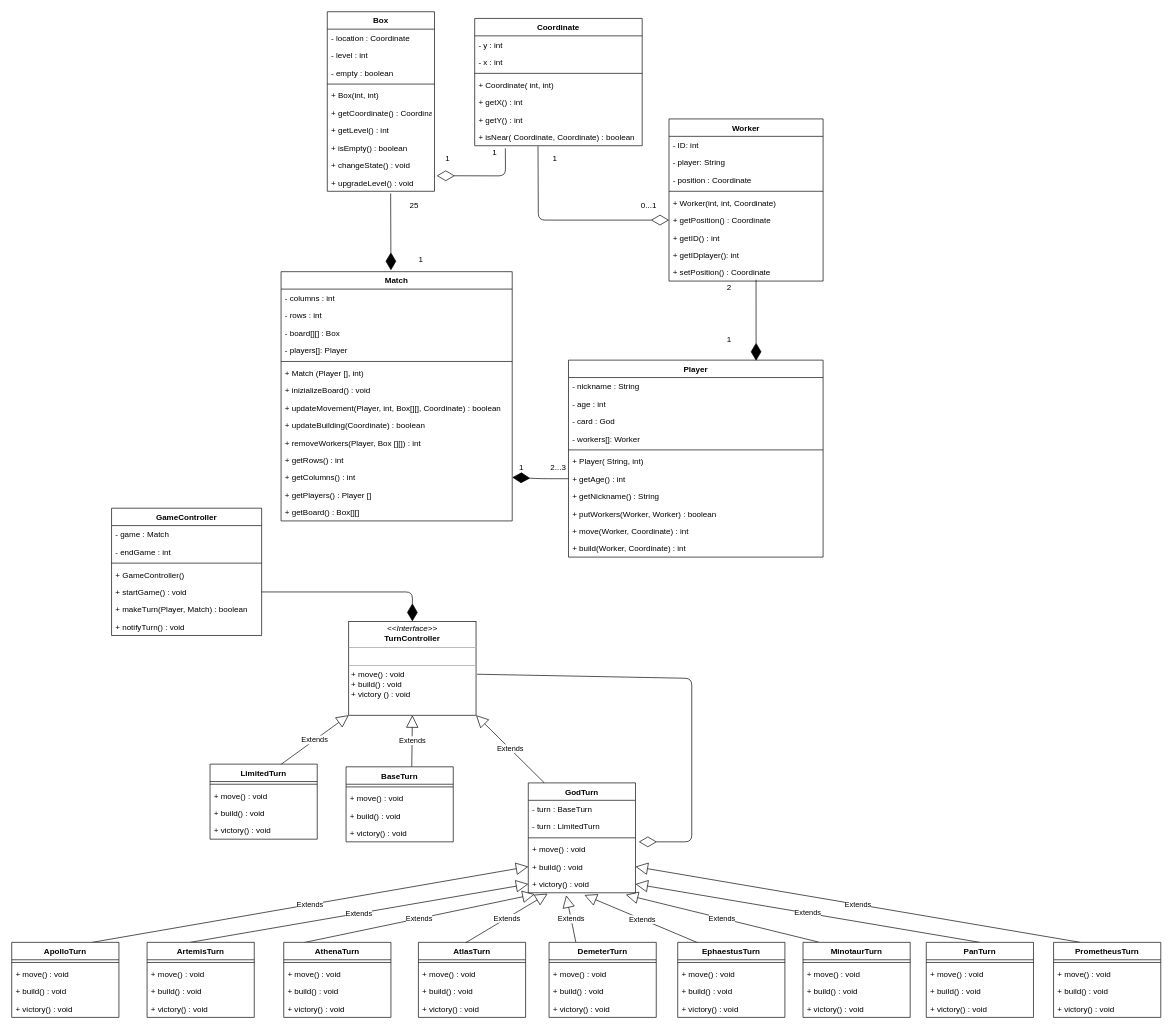
Before: UMLproject.drawio in MancoCarlo/MultiplayerGame_Santorini, a draw.io diagram. Source tidied: cells renumbered, new cells numbered last; positions are measured from the earlier drawing's top-left corner, leaving out a move shared by most shapes. Both pictures are drawn from the tidied source at 67%, with x=0, y=0 at pixel (11, 11).
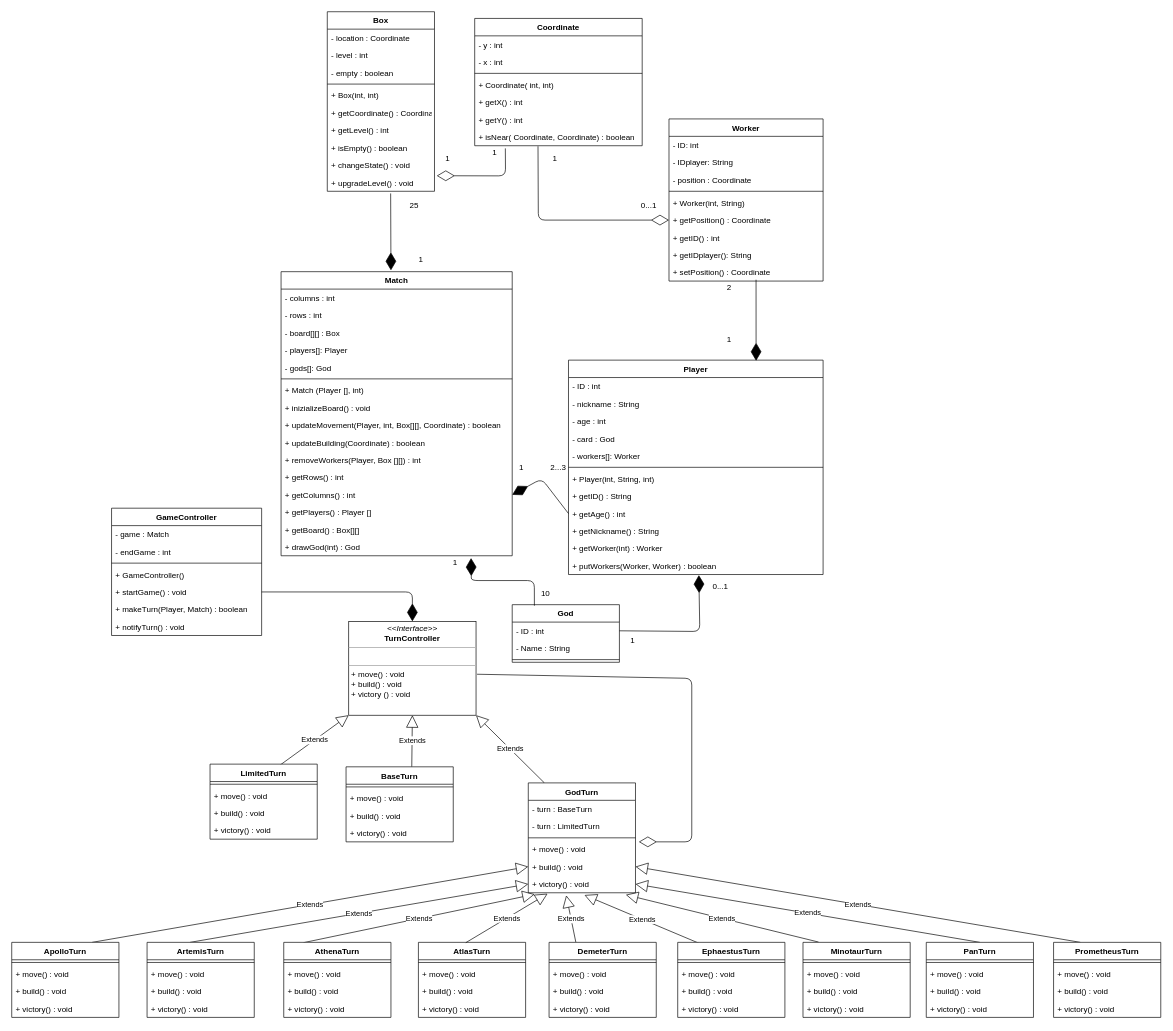
The same diagram, later.

The change refers to these unchanged cells:
```xml
<mxCell id="18" value="Worker" style="swimlane;fontStyle=1;align=center;verticalAlign=top;horizontal=1;startSize=26;fillColor=none;" parent="1" vertex="1">
  <mxGeometry x="981" y="160" width="230" height="242" as="geometry" />
</mxCell>
```

Change to the diagram source:
```diff
@@
-    <mxCell id="20" value="- player: String&#10;" style="text;strokeColor=none;fillColor=none;align=left;verticalAlign=top;spacingLeft=4;spacingRight=4;overflow=hidden;" parent="18" vertex="1">
+    <mxCell id="20" value="- IDplayer: String&#10;" style="text;strokeColor=none;fillColor=none;align=left;verticalAlign=top;spacingLeft=4;spacingRight=4;overflow=hidden;" parent="18" vertex="1">
       <mxGeometry y="52" width="230" height="26" as="geometry" />
     </mxCell>
@@
-    <mxCell id="23" value="+ Worker(int, int, Coordinate)" style="text;strokeColor=none;fillColor=none;align=left;verticalAlign=top;spacingLeft=4;spacingRight=4;overflow=hidden;" parent="18" vertex="1">
+    <mxCell id="23" value="+ Worker(int, String)" style="text;strokeColor=none;fillColor=none;align=left;verticalAlign=top;spacingLeft=4;spacingRight=4;overflow=hidden;" parent="18" vertex="1">
       <mxGeometry y="112" width="230" height="26" as="geometry" />
     </mxCell>
@@
-    <mxCell id="26" value="+ getIDplayer(): int" style="text;strokeColor=none;fillColor=none;align=left;verticalAlign=top;spacingLeft=4;spacingRight=4;overflow=hidden;" parent="18" vertex="1">
+    <mxCell id="26" value="+ getIDplayer(): String" style="text;strokeColor=none;fillColor=none;align=left;verticalAlign=top;spacingLeft=4;spacingRight=4;overflow=hidden;" parent="18" vertex="1">
       <mxGeometry y="190" width="230" height="26" as="geometry" />
     </mxCell>
@@
     <mxCell id="36" value="Player" style="swimlane;fontStyle=1;align=center;verticalAlign=top;horizontal=1;startSize=26;fillColor=none;" parent="1" vertex="1">
-      <mxGeometry x="831" y="520" width="380" height="294" as="geometry" />
+      <mxGeometry x="831" y="520" width="380" height="320" as="geometry" />
     </mxCell>
+    <mxCell id="158" value="- ID : int " style="text;strokeColor=none;fillColor=none;align=left;verticalAlign=top;spacingLeft=4;spacingRight=4;overflow=hidden;" parent="36" vertex="1">
+      <mxGeometry y="26" width="380" height="26" as="geometry" />
+    </mxCell>
     <mxCell id="37" value="- nickname : String" style="text;strokeColor=none;fillColor=none;align=left;verticalAlign=top;spacingLeft=4;spacingRight=4;overflow=hidden;" parent="36" vertex="1">
-      <mxGeometry y="26" width="380" height="26" as="geometry" />
+      <mxGeometry y="52" width="380" height="26" as="geometry" />
     </mxCell>
     <mxCell id="38" value="- age : int " style="text;strokeColor=none;fillColor=none;align=left;verticalAlign=top;spacingLeft=4;spacingRight=4;overflow=hidden;" parent="36" vertex="1">
-      <mxGeometry y="52" width="380" height="26" as="geometry" />
+      <mxGeometry y="78" width="380" height="26" as="geometry" />
     </mxCell>
     <mxCell id="39" value="- card : God" style="text;strokeColor=none;fillColor=none;align=left;verticalAlign=top;spacingLeft=4;spacingRight=4;overflow=hidden;" parent="36" vertex="1">
-      <mxGeometry y="78" width="380" height="26" as="geometry" />
+      <mxGeometry y="104" width="380" height="26" as="geometry" />
     </mxCell>
     <mxCell id="40" value="- workers[]: Worker" style="text;strokeColor=none;fillColor=none;align=left;verticalAlign=top;spacingLeft=4;spacingRight=4;overflow=hidden;" parent="36" vertex="1">
-      <mxGeometry y="104" width="380" height="26" as="geometry" />
+      <mxGeometry y="130" width="380" height="26" as="geometry" />
     </mxCell>
     <mxCell id="41" style="line;strokeWidth=1;fillColor=none;align=left;verticalAlign=middle;spacingTop=-1;spacingLeft=3;spacingRight=3;labelPosition=right;" parent="36" vertex="1">
-      <mxGeometry y="130" width="380" height="8" as="geometry" />
+      <mxGeometry y="156" width="380" height="8" as="geometry" />
     </mxCell>
-    <mxCell id="42" value="+ Player( String, int) " style="text;strokeColor=none;fillColor=none;align=left;verticalAlign=top;spacingLeft=4;spacingRight=4;overflow=hidden;" parent="36" vertex="1">
-      <mxGeometry y="138" width="380" height="26" as="geometry" />
+    <mxCell id="42" value="+ Player(int, String, int) " style="text;strokeColor=none;fillColor=none;align=left;verticalAlign=top;spacingLeft=4;spacingRight=4;overflow=hidden;" parent="36" vertex="1">
+      <mxGeometry y="164" width="380" height="26" as="geometry" />
     </mxCell>
+    <mxCell id="159" value="+ getID() : String" style="text;strokeColor=none;fillColor=none;align=left;verticalAlign=top;spacingLeft=4;spacingRight=4;overflow=hidden;" parent="36" vertex="1">
+      <mxGeometry y="190" width="380" height="26" as="geometry" />
+    </mxCell>
     <mxCell id="43" value="+ getAge() : int" style="text;strokeColor=none;fillColor=none;align=left;verticalAlign=top;spacingLeft=4;spacingRight=4;overflow=hidden;points=[[0,0.5],[1,0.5]];portConstraint=eastwest;" parent="36" vertex="1">
-      <mxGeometry y="164" width="380" height="26" as="geometry" />
+      <mxGeometry y="216" width="380" height="26" as="geometry" />
     </mxCell>
     <mxCell id="44" value="+ getNickname() : String" style="text;strokeColor=none;fillColor=none;align=left;verticalAlign=top;spacingLeft=4;spacingRight=4;overflow=hidden;" parent="36" vertex="1">
-      <mxGeometry y="190" width="380" height="26" as="geometry" />
+      <mxGeometry y="242" width="380" height="26" as="geometry" />
     </mxCell>
+    <mxCell id="160" value="+ getWorker(int) : Worker " style="text;strokeColor=none;fillColor=none;align=left;verticalAlign=top;spacingLeft=4;spacingRight=4;overflow=hidden;" parent="36" vertex="1">
+      <mxGeometry y="268" width="380" height="26" as="geometry" />
+    </mxCell>
     <mxCell id="45" value="+ putWorkers(Worker, Worker) : boolean " style="text;strokeColor=none;fillColor=none;align=left;verticalAlign=top;spacingLeft=4;spacingRight=4;overflow=hidden;points=[[0,0.5],[1,0.5]];portConstraint=eastwest;" parent="36" vertex="1">
-      <mxGeometry y="216" width="380" height="26" as="geometry" />
+      <mxGeometry y="294" width="380" height="26" as="geometry" />
     </mxCell>
-    <mxCell id="46" value="+ move(Worker, Coordinate) : int" style="text;strokeColor=none;fillColor=none;align=left;verticalAlign=top;spacingLeft=4;spacingRight=4;overflow=hidden;" parent="36" vertex="1">
-      <mxGeometry y="242" width="380" height="26" as="geometry" />
-    </mxCell>
-    <mxCell id="47" value="+ build(Worker, Coordinate) : int" style="text;strokeColor=none;fillColor=none;align=left;verticalAlign=top;spacingLeft=4;spacingRight=4;overflow=hidden;" parent="36" vertex="1">
-      <mxGeometry y="268" width="380" height="26" as="geometry" />
-    </mxCell>
@@
     <mxCell id="78" value="Match" style="swimlane;fontStyle=1;align=center;verticalAlign=top;horizontal=1;startSize=26;fillColor=none;" parent="1" vertex="1">
-      <mxGeometry x="402" y="388" width="345" height="372" as="geometry" />
+      <mxGeometry x="402" y="388" width="345" height="424" as="geometry" />
     </mxCell>
@@
+    <mxCell id="161" value="- gods[]: God" style="text;strokeColor=none;fillColor=none;align=left;verticalAlign=top;spacingLeft=4;spacingRight=4;overflow=hidden;" parent="78" vertex="1">
+      <mxGeometry y="130" width="345" height="26" as="geometry" />
+    </mxCell>
     <mxCell id="83" style="line;strokeWidth=1;fillColor=none;align=left;verticalAlign=middle;spacingTop=-1;spacingLeft=3;spacingRight=3;labelPosition=right;" parent="78" vertex="1">
-      <mxGeometry y="130" width="345" height="8" as="geometry" />
+      <mxGeometry y="156" width="345" height="8" as="geometry" />
     </mxCell>
     <mxCell id="84" value="+ Match (Player [], int)" style="text;strokeColor=none;fillColor=none;align=left;verticalAlign=top;spacingLeft=4;spacingRight=4;overflow=hidden;" parent="78" vertex="1">
-      <mxGeometry y="138" width="345" height="26" as="geometry" />
+      <mxGeometry y="164" width="345" height="26" as="geometry" />
     </mxCell>
     <mxCell id="85" value="+ inizializeBoard() : void" style="text;strokeColor=none;fillColor=none;align=left;verticalAlign=top;spacingLeft=4;spacingRight=4;overflow=hidden;" parent="78" vertex="1">
-      <mxGeometry y="164" width="345" height="26" as="geometry" />
+      <mxGeometry y="190" width="345" height="26" as="geometry" />
     </mxCell>
     <mxCell id="86" value="+ updateMovement(Player, int, Box[][], Coordinate) : boolean" style="text;strokeColor=none;fillColor=none;align=left;verticalAlign=top;spacingLeft=4;spacingRight=4;overflow=hidden;" parent="78" vertex="1">
-      <mxGeometry y="190" width="345" height="26" as="geometry" />
+      <mxGeometry y="216" width="345" height="26" as="geometry" />
     </mxCell>
     <mxCell id="87" value="+ updateBuilding(Coordinate) : boolean" style="text;strokeColor=none;fillColor=none;align=left;verticalAlign=top;spacingLeft=4;spacingRight=4;overflow=hidden;" parent="78" vertex="1">
-      <mxGeometry y="216" width="345" height="26" as="geometry" />
+      <mxGeometry y="242" width="345" height="26" as="geometry" />
     </mxCell>
     <mxCell id="88" value="+ removeWorkers(Player, Box [][]) : int" style="text;strokeColor=none;fillColor=none;align=left;verticalAlign=top;spacingLeft=4;spacingRight=4;overflow=hidden;" parent="78" vertex="1">
-      <mxGeometry y="242" width="345" height="26" as="geometry" />
+      <mxGeometry y="268" width="345" height="26" as="geometry" />
     </mxCell>
     <mxCell id="89" value="+ getRows() : int" style="text;strokeColor=none;fillColor=none;align=left;verticalAlign=top;spacingLeft=4;spacingRight=4;overflow=hidden;" parent="78" vertex="1">
-      <mxGeometry y="268" width="345" height="26" as="geometry" />
+      <mxGeometry y="294" width="345" height="26" as="geometry" />
     </mxCell>
     <mxCell id="90" value="+ getColumns() : int" style="text;strokeColor=none;fillColor=none;align=left;verticalAlign=top;spacingLeft=4;spacingRight=4;overflow=hidden;points=[[0,0.5],[1,0.5]];portConstraint=eastwest;" parent="78" vertex="1">
-      <mxGeometry y="294" width="345" height="26" as="geometry" />
+      <mxGeometry y="320" width="345" height="26" as="geometry" />
     </mxCell>
     <mxCell id="91" value="+ getPlayers() : Player []" style="text;strokeColor=none;fillColor=none;align=left;verticalAlign=top;spacingLeft=4;spacingRight=4;overflow=hidden;" parent="78" vertex="1">
-      <mxGeometry y="320" width="345" height="26" as="geometry" />
+      <mxGeometry y="346" width="345" height="26" as="geometry" />
     </mxCell>
     <mxCell id="92" value="+ getBoard() : Box[][]" style="text;strokeColor=none;fillColor=none;align=left;verticalAlign=top;spacingLeft=4;spacingRight=4;overflow=hidden;" parent="78" vertex="1">
-      <mxGeometry y="346" width="345" height="26" as="geometry" />
+      <mxGeometry y="372" width="345" height="26" as="geometry" />
     </mxCell>
+    <mxCell id="162" value="+ drawGod(int) : God" style="text;strokeColor=none;fillColor=none;align=left;verticalAlign=top;spacingLeft=4;spacingRight=4;overflow=hidden;points=[[0,0.5],[1,0.5]];portConstraint=eastwest;" parent="78" vertex="1">
+      <mxGeometry y="398" width="345" height="26" as="geometry" />
+    </mxCell>
+    <mxCell id="163" value="God" style="swimlane;fontStyle=1;align=center;verticalAlign=top;horizontal=1;startSize=26;" parent="1" vertex="1">
+      <mxGeometry x="747" y="885" width="160" height="86" as="geometry" />
+    </mxCell>
+    <mxCell id="164" value="- ID : int" style="text;strokeColor=none;fillColor=none;align=left;verticalAlign=top;spacingLeft=4;spacingRight=4;overflow=hidden;points=[[0,0.5],[1,0.5]];portConstraint=eastwest;" parent="163" vertex="1">
+      <mxGeometry y="26" width="160" height="26" as="geometry" />
+    </mxCell>
+    <mxCell id="165" value="- Name : String" style="text;strokeColor=none;fillColor=none;align=left;verticalAlign=top;spacingLeft=4;spacingRight=4;overflow=hidden;" parent="163" vertex="1">
+      <mxGeometry y="52" width="160" height="26" as="geometry" />
+    </mxCell>
+    <mxCell id="166" style="line;strokeWidth=1;fillColor=none;align=left;verticalAlign=middle;spacingTop=-1;spacingLeft=3;spacingRight=3;labelPosition=right;" parent="163" vertex="1">
+      <mxGeometry y="78" width="160" height="8" as="geometry" />
+    </mxCell>
@@
+    <mxCell id="167" value="0...1" style="text;html=1;strokeColor=none;fillColor=none;align=center;verticalAlign=middle;whiteSpace=wrap;rounded=0;" parent="1" vertex="1">
+      <mxGeometry x="1038" y="848" width="40" height="20" as="geometry" />
+    </mxCell>
+    <mxCell id="168" value="1" style="text;html=1;strokeColor=none;fillColor=none;align=center;verticalAlign=middle;whiteSpace=wrap;rounded=0;" parent="1" vertex="1">
+      <mxGeometry x="907" y="929" width="40" height="20" as="geometry" />
+    </mxCell>
+    <mxCell id="169" value="1" style="text;html=1;strokeColor=none;fillColor=none;align=center;verticalAlign=middle;whiteSpace=wrap;rounded=0;" parent="1" vertex="1">
+      <mxGeometry x="642" y="812" width="40" height="20" as="geometry" />
+    </mxCell>
+    <mxCell id="170" value="10" style="text;html=1;strokeColor=none;fillColor=none;align=center;verticalAlign=middle;whiteSpace=wrap;rounded=0;" parent="1" vertex="1">
+      <mxGeometry x="777" y="859" width="40" height="20" as="geometry" />
+    </mxCell>
+    <mxCell id="171" style="endArrow=diamondThin;endFill=1;endSize=24;html=1;entryX=0.512;entryY=1.033;entryDx=0;entryDy=0;exitX=1;exitY=0.5;exitDx=0;exitDy=0;entryPerimeter=0;" parent="1" edge="1" source="164" target="45">
+      <mxGeometry relative="1" as="geometry">
+        <Array as="points">
+          <mxPoint x="1027" y="925" />
+        </Array>
+      </mxGeometry>
+    </mxCell>
+    <mxCell id="172" style="endArrow=diamondThin;endFill=1;endSize=24;html=1;entryX=0.822;entryY=1.132;entryDx=0;entryDy=0;entryPerimeter=0;exitX=0.207;exitY=0.018;exitDx=0;exitDy=0;exitPerimeter=0;" parent="1" edge="1" source="163" target="162">
+      <mxGeometry relative="1" as="geometry">
+        <Array as="points">
+          <mxPoint x="780" y="849" />
+          <mxPoint x="686" y="849" />
+        </Array>
+      </mxGeometry>
+    </mxCell>
```
